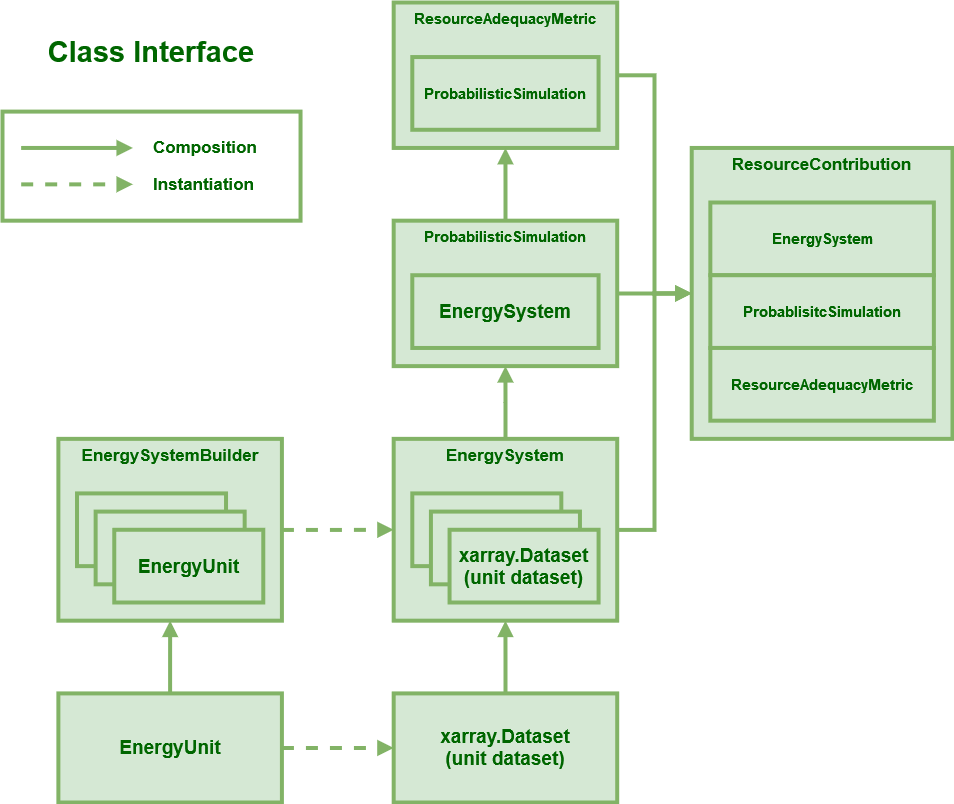
Earlier version of the draw.io export joss/assetra-class-interface.drawio.png (ijbd/assetra). Source tidied: cells renumbered, new cells last; positions are measured from the earlier drawing's top-left corner, leaving out a move shared by most shapes.
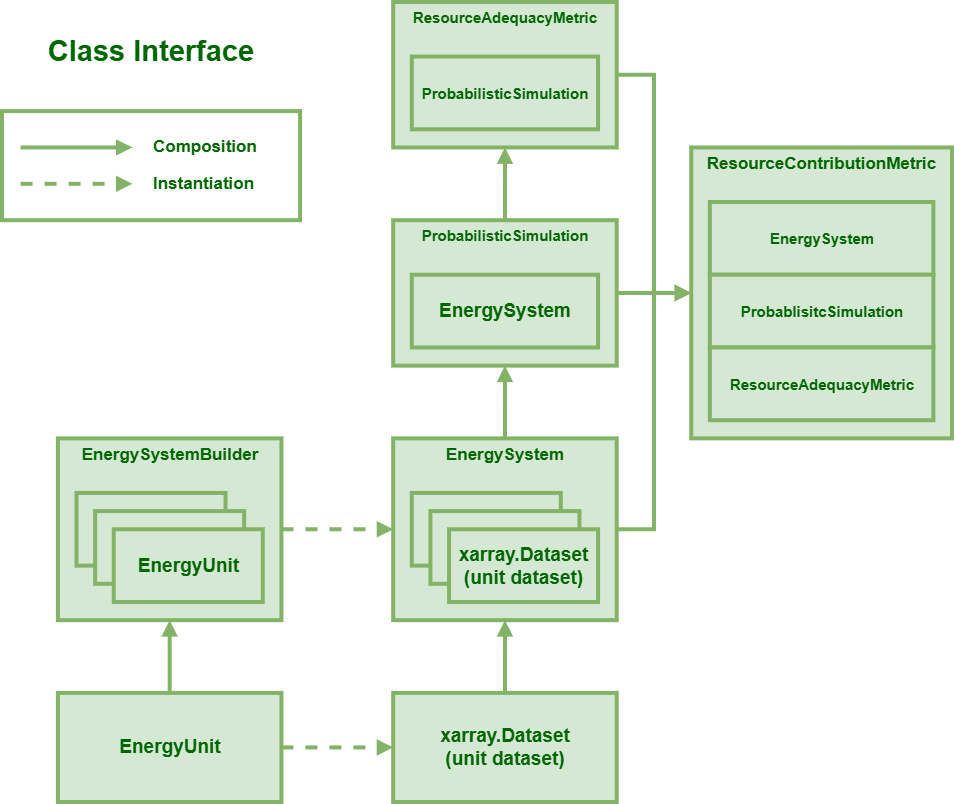
Above is the later version.

The edit, as a diff of the source:
```diff
@@ -68,7 +68,7 @@
     <mxCell id="23" value="ProbabilisticSimulation" style="rounded=0;whiteSpace=wrap;html=1;fillColor=#d5e8d4;strokeColor=#82b366;fontColor=#006600;strokeWidth=4;fontSize=15;fontStyle=1;" parent="2" vertex="1">
       <mxGeometry x="409.8" y="54.5" width="186.3" height="72.7" as="geometry" />
     </mxCell>
-    <mxCell id="24" value="ResourceContribution" style="rounded=0;whiteSpace=wrap;html=1;verticalAlign=top;fillColor=#d5e8d4;strokeColor=#82b366;fontColor=#006600;strokeWidth=4;fontSize=17;fontStyle=1;" parent="2" vertex="1">
+    <mxCell id="24" value="ResourceContributionMetric&lt;div&gt;&lt;br&gt;&lt;/div&gt;" style="rounded=0;whiteSpace=wrap;html=1;verticalAlign=top;fillColor=#d5e8d4;strokeColor=#82b366;fontColor=#006600;strokeWidth=4;fontSize=17;fontStyle=1;" parent="2" vertex="1">
       <mxGeometry x="689.2" y="145.5" width="260.8" height="290.9" as="geometry" />
     </mxCell>
     <mxCell id="25" style="edgeStyle=orthogonalEdgeStyle;shape=connector;rounded=0;jettySize=auto;html=1;entryX=0;entryY=0.5;entryDx=0;entryDy=0;labelBackgroundColor=default;strokeColor=#82b366;strokeWidth=4;fontFamily=Helvetica;fontSize=11;fontColor=#006600;endArrow=block;endFill=1;fillColor=#d5e8d4;fontStyle=1;" parent="2" edge="1" source="12" target="24">
```
